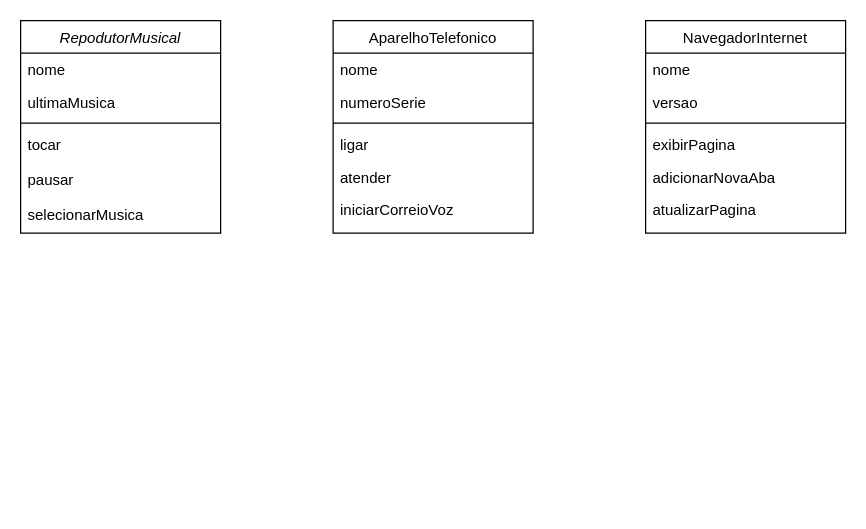
Before: desafio-iphone.drawio in joao1912/dio-java, a draw.io diagram. Source tidied: cells renumbered, new cells numbered last; positions are measured from the earlier drawing's top-left corner, leaving out a move shared by most shapes. Both pictures are drawn from the tidied source at 125%, with x=0, y=0 at pixel (20, 20).
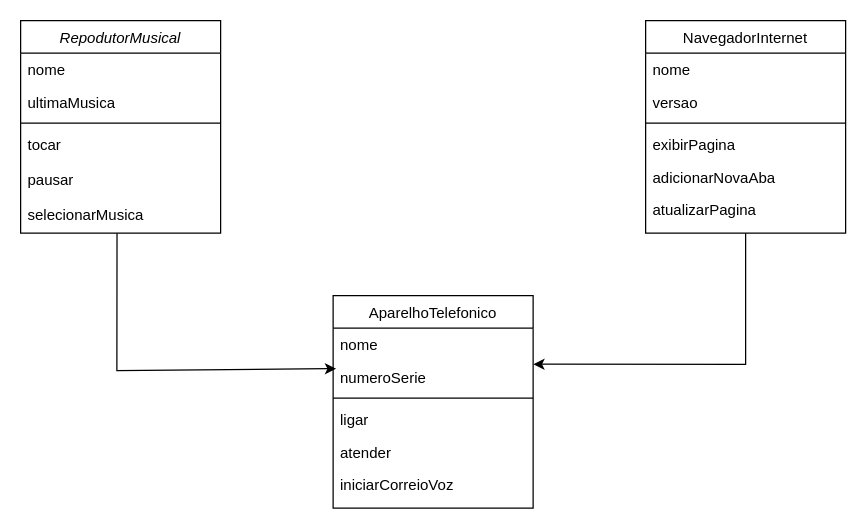
Above is the later version.

The change refers to these unchanged cells:
```xml
<mxCell id="8" value="selecionarMusica" style="text;align=left;verticalAlign=top;spacingLeft=4;spacingRight=4;overflow=hidden;points=[[0,0.5],[1,0.5]];portConstraint=eastwest;" parent="2" vertex="1">
  <mxGeometry y="142" width="160" height="28" as="geometry" />
</mxCell>
<mxCell id="11" value="numeroSerie" style="text;align=left;verticalAlign=top;spacingLeft=4;spacingRight=4;overflow=hidden;points=[[0,0.5],[1,0.5]];portConstraint=eastwest;rounded=0;shadow=0;html=0;" parent="9" vertex="1">
  <mxGeometry y="52" width="160" height="26" as="geometry" />
</mxCell>
<mxCell id="16" value="NavegadorInternet" style="swimlane;fontStyle=0;align=center;verticalAlign=top;horizontal=1;startSize=26;rounded=0;shadow=0;strokeWidth=1;" parent="1" vertex="1">
  <mxGeometry x="500" width="160" height="170" as="geometry" />
</mxCell>
```

The edit, as a diff of the source:
```diff
@@
     <mxCell id="9" value="AparelhoTelefonico" style="swimlane;fontStyle=0;align=center;verticalAlign=top;horizontal=1;startSize=26;rounded=0;shadow=0;strokeWidth=1;" parent="1" vertex="1">
-      <mxGeometry x="250" width="160" height="170" as="geometry" />
+      <mxGeometry x="250" y="220" width="160" height="170" as="geometry" />
     </mxCell>
@@
+    <mxCell id="23" style="endArrow=classic;html=1;rounded=0;exitX=0.482;exitY=1.006;exitDx=0;exitDy=0;exitPerimeter=0;entryX=0.015;entryY=0.247;entryDx=0;entryDy=0;entryPerimeter=0;" parent="1" edge="1" source="8" target="11">
+      <mxGeometry relative="1" as="geometry">
+        <Array as="points">
+          <mxPoint x="77" y="280" />
+        </Array>
+      </mxGeometry>
+    </mxCell>
+    <mxCell id="24" style="endArrow=classic;html=1;rounded=0;exitX=0.5;exitY=1;exitDx=0;exitDy=0;entryX=1.001;entryY=0.111;entryDx=0;entryDy=0;entryPerimeter=0;" parent="1" edge="1" source="16" target="11">
+      <mxGeometry relative="1" as="geometry">
+        <Array as="points">
+          <mxPoint x="580" y="275" />
+        </Array>
+      </mxGeometry>
+    </mxCell>
```
